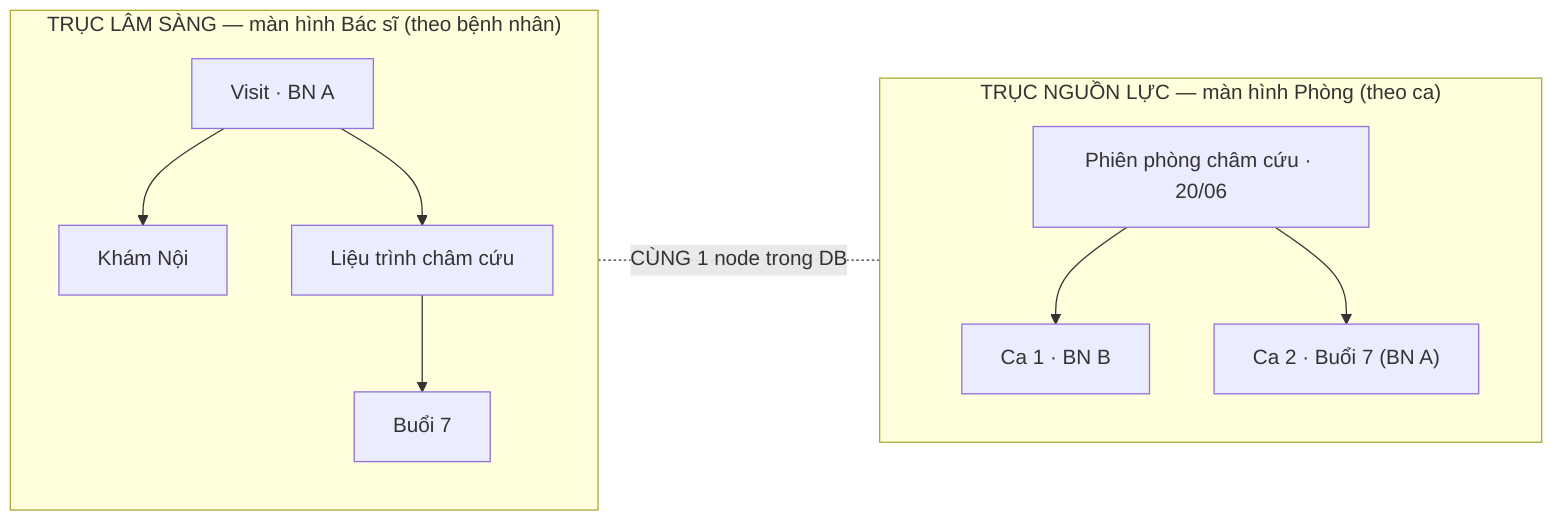
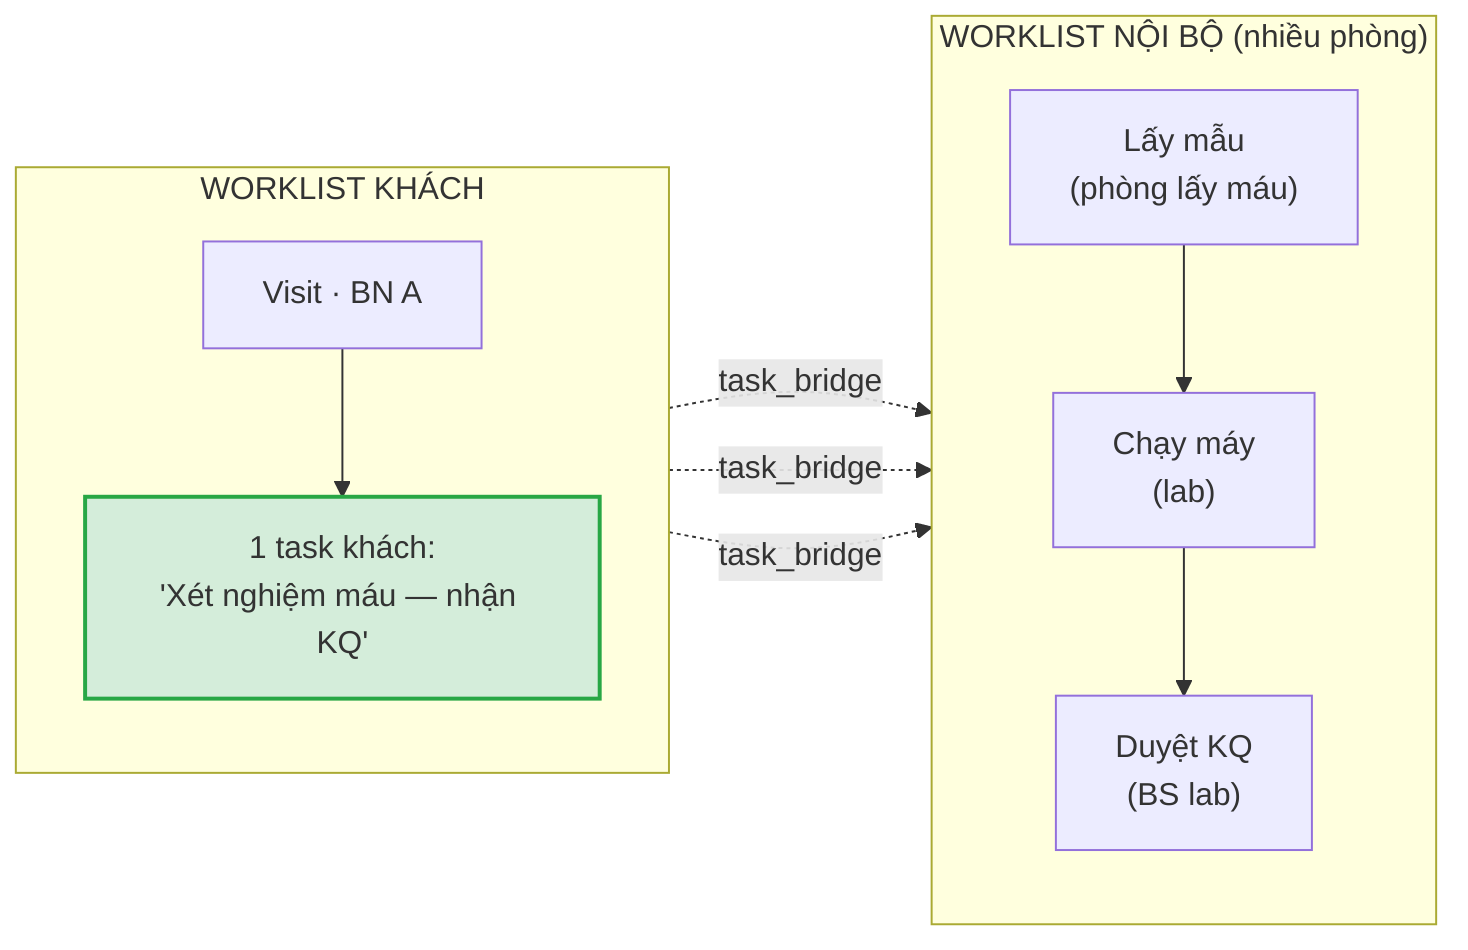
flowchart LR
-     subgraph clinical["TRỤC LÂM SÀNG — màn hình Bác sĩ (theo bệnh nhân)"]
+     subgraph facade["WORKLIST KHÁCH"]
        direction TB
-         V["Visit · BN A"] --> E1["Khám Nội"]
-         V --> C["Liệu trình châm cứu"]
-         C --> B7["Buổi 7"]
+         VK["Visit · BN A"] --> TK["1 task khách:<br/>'Xét nghiệm máu — nhận KQ'"]
    end
-     subgraph resource["TRỤC NGUỒN LỰC — màn hình Phòng (theo ca)"]
+     subgraph internal["WORKLIST NỘI BỘ (nhiều phòng)"]
        direction TB
-         RS["Phiên phòng châm cứu · 20/06"] --> X1["Ca 1 · BN B"]
-         RS --> B7r["Ca 2 · Buổi 7 (BN A)"]
+         I1["Lấy mẫu<br/>(phòng lấy máu)"] --> I2["Chạy máy<br/>(lab)"] --> I3["Duyệt KQ<br/>(BS lab)"]
    end
-     B7 -. "CÙNG 1 node trong DB" .- B7r
+     TK -. "task_bridge" .-> I1
+     TK -. "task_bridge" .-> I2
+     TK -. "task_bridge" .-> I3
+     style TK fill:#d4edda,stroke:#28a745,stroke-width:2px
